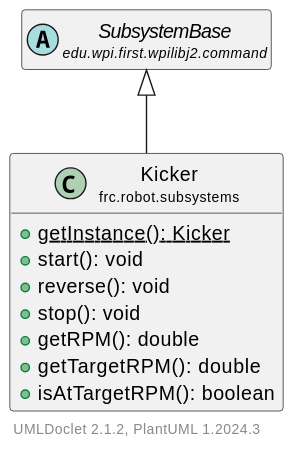
This is docs/uml/frc/robot/subsystems/Kicker.svg from LakotaRobotics1038/2026RobotProject, a PlantUML export, as it was before one commit. Source of this version:
```plantuml
@startuml
    set namespaceSeparator none
    hide empty fields
    hide empty methods

    class "<size:14>Kicker\n<size:10>frc.robot.subsystems" as frc.robot.subsystems.Kicker [[Kicker.html]] {
        {static} +getInstance(): Kicker
        +start(): void
        +reverse(): void
        +stop(): void
        +getRPM(): double
        +getTargetRPM(): double
        +isAtTargetRPM(): boolean
    }

    abstract class "<size:14>SubsystemBase\n<size:10>edu.wpi.first.wpilibj2.command" as edu.wpi.first.wpilibj2.command.SubsystemBase

    edu.wpi.first.wpilibj2.command.SubsystemBase <|-- frc.robot.subsystems.Kicker
    center footer UMLDoclet 2.1.2, PlantUML %version()
@enduml
```
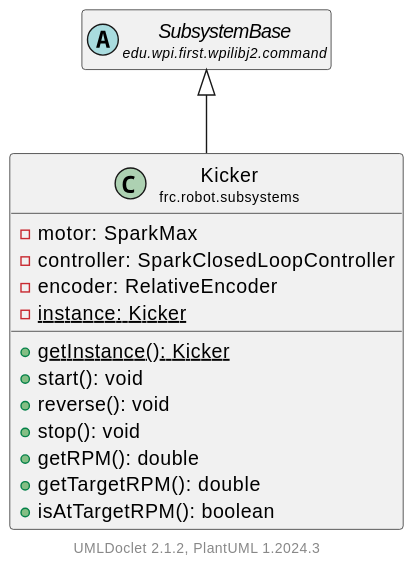
After the change.

Diff of the diagram source:
```diff
@@ -4,6 +4,10 @@
     hide empty methods
 
     class "<size:14>Kicker\n<size:10>frc.robot.subsystems" as frc.robot.subsystems.Kicker [[Kicker.html]] {
+        -motor: SparkMax
+        -controller: SparkClosedLoopController
+        -encoder: RelativeEncoder
+        {static} -instance: Kicker
         {static} +getInstance(): Kicker
         +start(): void
         +reverse(): void
```
